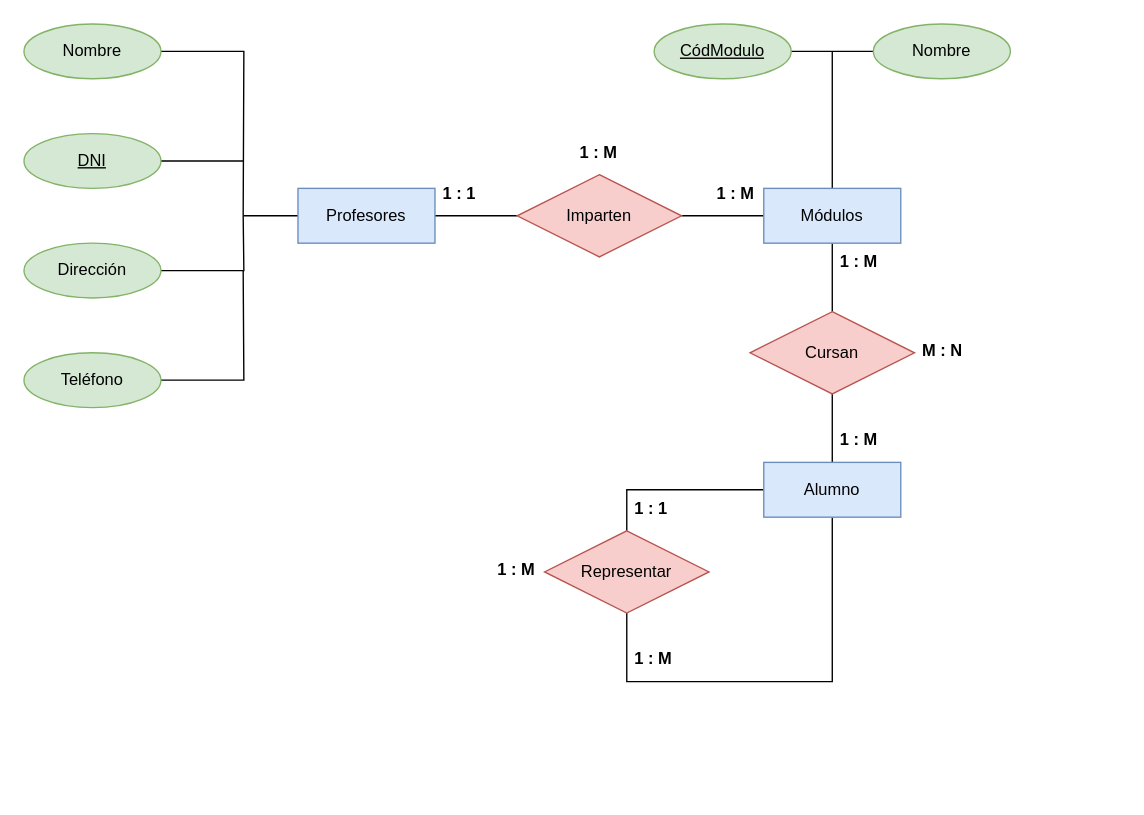
Before: Progreso_1/Actividad_PS2_Diagrama_2.drawio in AngelDavidStudios/Diagramas_BdD_1, a draw.io diagram. Source tidied: cells renumbered, new cells numbered last; positions are measured from the earlier drawing's top-left corner, leaving out a move shared by most shapes. Both pictures are drawn from the tidied source at 137%, with x=0, y=0 at pixel (23, 23).
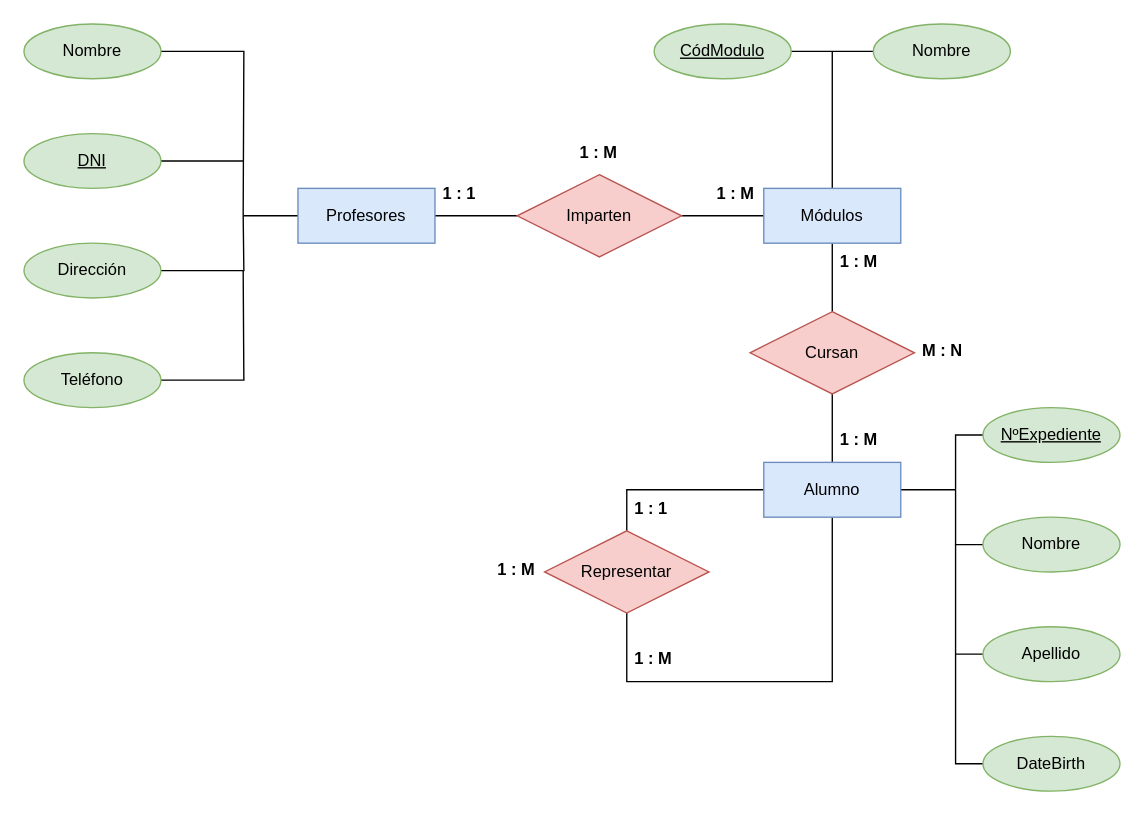
The same page after the edit.

Unchanged cells that the change refers to:
```xml
<mxCell id="12" value="Alumno" style="whiteSpace=wrap;html=1;align=center;fillColor=#dae8fc;strokeColor=#6c8ebf;" parent="1" vertex="1">
  <mxGeometry x="540" y="320" width="100" height="40" as="geometry" />
</mxCell>
```

The edit, as a diff of the source:
```diff
@@
+    <mxCell id="38" style="edgeStyle=orthogonalEdgeStyle;rounded=0;jettySize=auto;html=1;endArrow=none;endFill=0;" parent="1" edge="1" source="12">
+      <mxGeometry relative="1" as="geometry">
+        <mxPoint x="680" y="340" as="targetPoint" />
+      </mxGeometry>
+    </mxCell>
@@
+    <mxCell id="39" style="edgeStyle=orthogonalEdgeStyle;rounded=0;jettySize=auto;html=1;endArrow=none;endFill=0;" parent="1" edge="1" source="40">
+      <mxGeometry relative="1" as="geometry">
+        <mxPoint x="680" y="340" as="targetPoint" />
+      </mxGeometry>
+    </mxCell>
+    <mxCell id="40" value="NºExpediente" style="ellipse;whiteSpace=wrap;html=1;align=center;fontStyle=4;fillColor=#d5e8d4;strokeColor=#82b366;" parent="1" vertex="1">
+      <mxGeometry x="700" y="280" width="100" height="40" as="geometry" />
+    </mxCell>
+    <mxCell id="41" style="edgeStyle=orthogonalEdgeStyle;rounded=0;jettySize=auto;html=1;endArrow=none;endFill=0;" parent="1" edge="1" source="42">
+      <mxGeometry relative="1" as="geometry">
+        <mxPoint x="680" y="340" as="targetPoint" />
+      </mxGeometry>
+    </mxCell>
+    <mxCell id="42" value="Nombre" style="ellipse;whiteSpace=wrap;html=1;align=center;fillColor=#d5e8d4;strokeColor=#82b366;" parent="1" vertex="1">
+      <mxGeometry x="700" y="360" width="100" height="40" as="geometry" />
+    </mxCell>
+    <mxCell id="43" style="edgeStyle=orthogonalEdgeStyle;rounded=0;jettySize=auto;html=1;endArrow=none;endFill=0;" parent="1" edge="1" source="44">
+      <mxGeometry relative="1" as="geometry">
+        <mxPoint x="680" y="380" as="targetPoint" />
+      </mxGeometry>
+    </mxCell>
+    <mxCell id="44" value="Apellido" style="ellipse;whiteSpace=wrap;html=1;align=center;fillColor=#d5e8d4;strokeColor=#82b366;" parent="1" vertex="1">
+      <mxGeometry x="700" y="440" width="100" height="40" as="geometry" />
+    </mxCell>
+    <mxCell id="45" style="edgeStyle=orthogonalEdgeStyle;rounded=0;jettySize=auto;html=1;endArrow=none;endFill=0;" parent="1" edge="1" source="46">
+      <mxGeometry relative="1" as="geometry">
+        <mxPoint x="680" y="460" as="targetPoint" />
+      </mxGeometry>
+    </mxCell>
+    <mxCell id="46" value="DateBirth" style="ellipse;whiteSpace=wrap;html=1;align=center;fillColor=#d5e8d4;strokeColor=#82b366;" parent="1" vertex="1">
+      <mxGeometry x="700" y="520" width="100" height="40" as="geometry" />
+    </mxCell>
```
